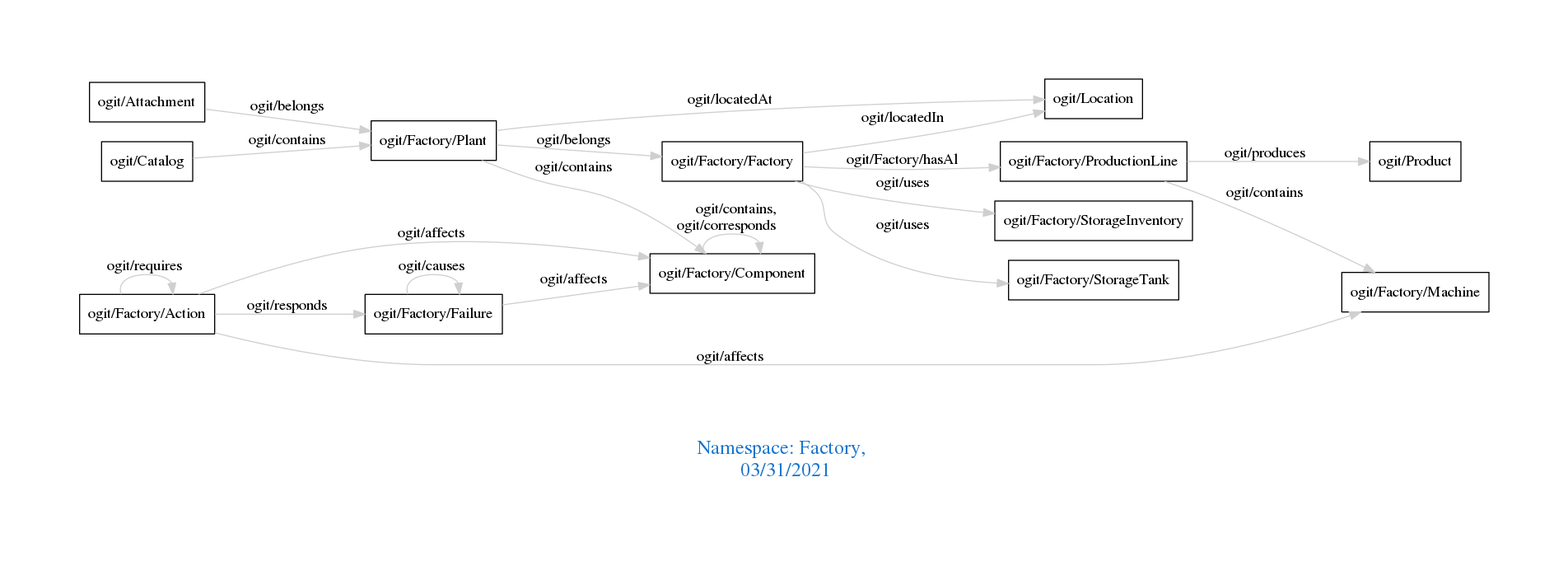
Earlier version of the Graphviz export downloads/Factory.png (arago/OGIT). Its source is kept beside it as downloads/Factory.dot.
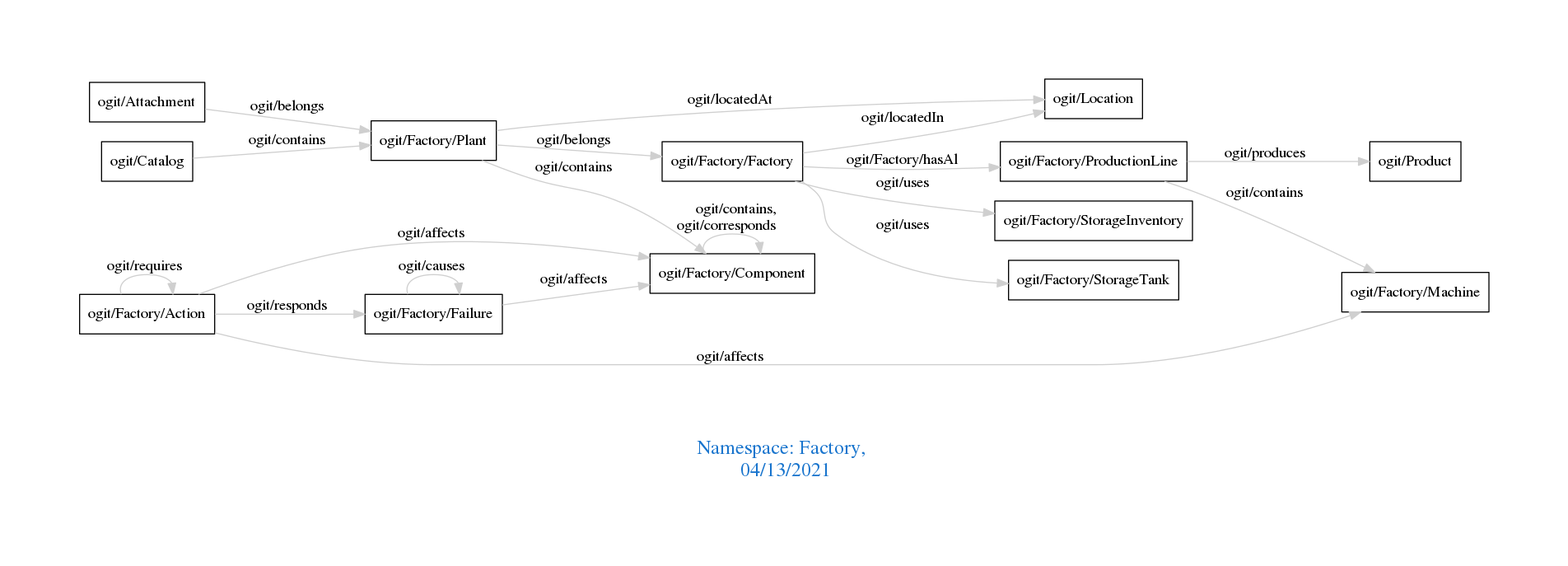
After the change.

What changed in the source:
```diff
@@ -1,7 +1,7 @@
 digraph OGIT_ontology {
  graph [ rankdir= LR,pad=1
 fontsize = 18,
-fontcolor= dodgerblue3,label = "\n\n\nNamespace: Factory, \n 03/31/2021"];
+fontcolor= dodgerblue3,label = "\n\n\nNamespace: Factory, \n 04/13/2021"];
 node[shape=polygon];
 edge [  color="gray81"];
 
```
